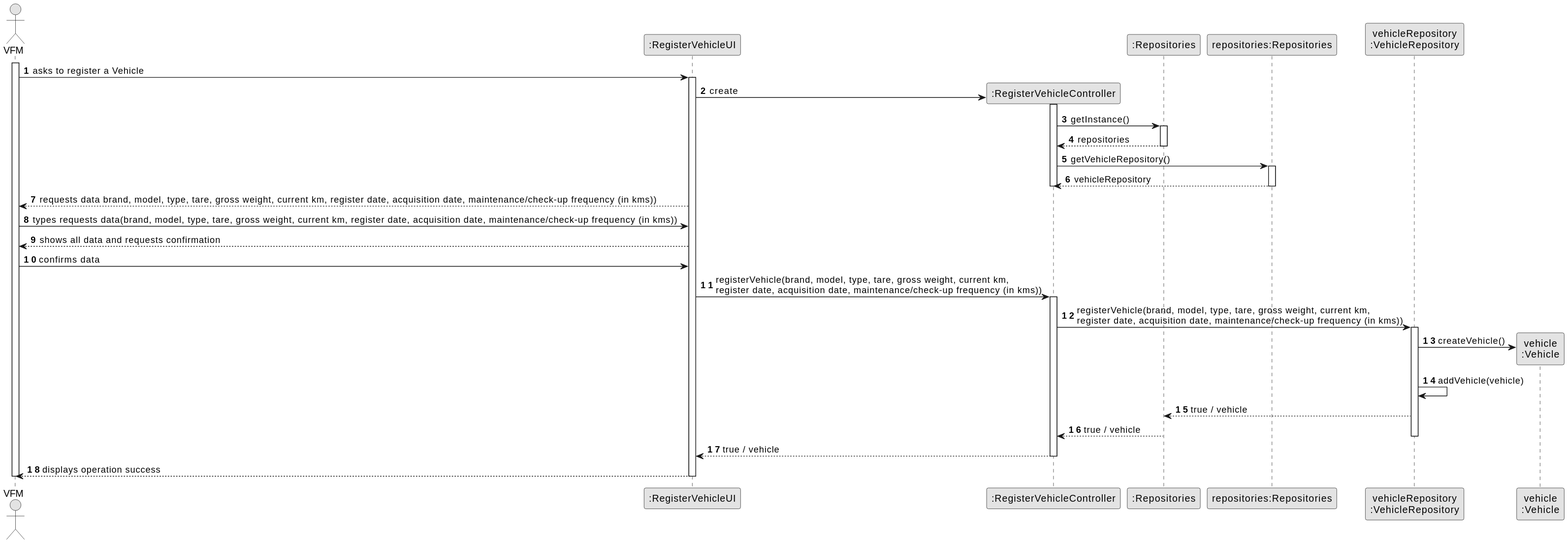
The PlantUML diagram docs/sprintB/us006/03.design/svg/us006-sequence-diagram-full.svg in francisc-o-liveira/lei-24-s2-1dp-g163, before a commit.
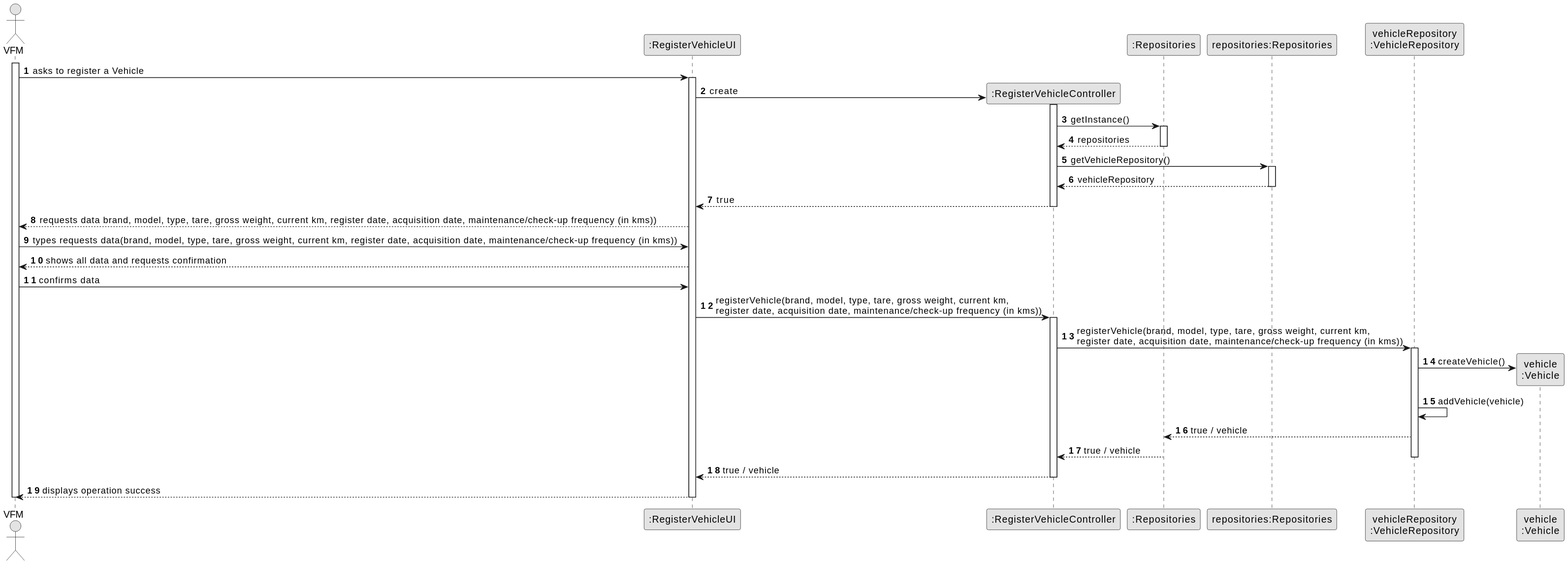
Above is the later version.

Change to the diagram source:
```diff
@@ -33,6 +33,9 @@
     Repo --> CTRL : vehicleRepository
     deactivate Repo
 
+    CTRL --> UI : true
+    deactivate Repo
+
     deactivate CTRL
 
     UI --> VFM : requests data brand, model, type, tare, gross weight, current km, register date, acquisition date, maintenance/check-up frequency (in kms))
```
